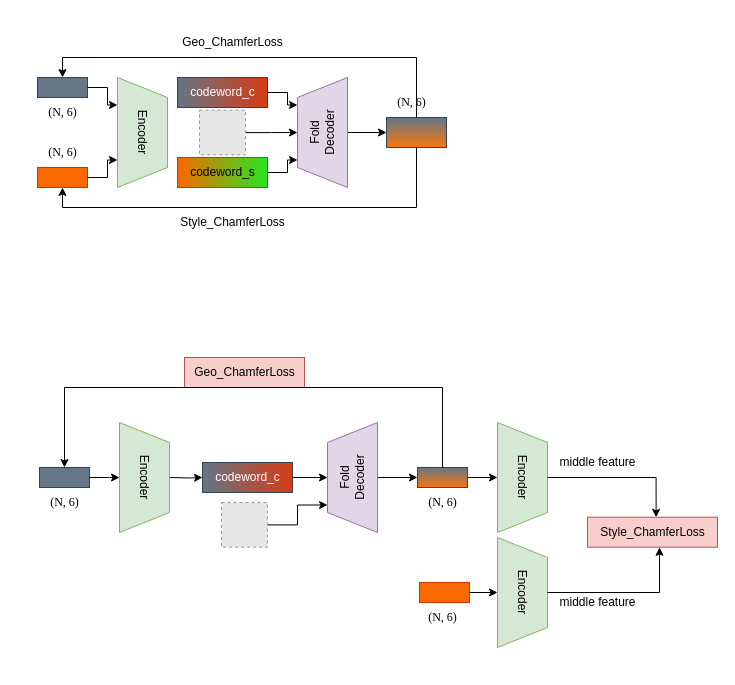
Earlier version of the draw.io diagram 未命名绘图.drawio (susu-attempt/mychart). Source tidied: cells renumbered, new cells numbered last; positions are measured from the earlier drawing's top-left corner, leaving out a move shared by most shapes. Both pictures are drawn from the tidied source at 100%, with x=0, y=0 at pixel (17, 17). Pictures stored in the file or linked from it are replaced by grey dashed boxes.
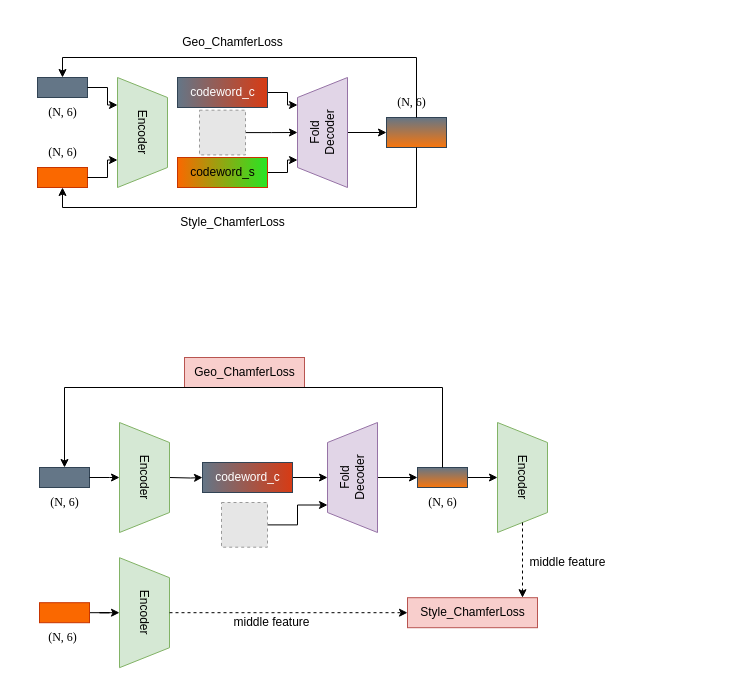
Above is the later version.

Commit message:
更新未命名绘图.drawio

Unchanged cells that the change refers to:
```xml
<mxCell id="39" value="Encoder" style="shape=trapezoid;perimeter=trapezoidPerimeter;whiteSpace=wrap;html=1;fixedSize=1;rotation=90;fillColor=#d5e8d4;strokeColor=#82b366;" parent="35" vertex="1">
  <mxGeometry x="30" y="95" width="110" height="50" as="geometry" />
</mxCell>
```

The edit, as a diff of the source:
```diff
@@
     <mxCell id="42" value="Style_ChamferLoss" style="text;html=1;align=center;verticalAlign=middle;points=[];strokeColor=#b85450;fillColor=#f8cecc;" parent="1" vertex="1">
-      <mxGeometry x="570" y="499.7" width="130" height="30" as="geometry" />
+      <mxGeometry x="390" y="580.2" width="130" height="30" as="geometry" />
     </mxCell>
@@
     <mxCell id="44" style="rounded=0;whiteSpace=wrap;html=1;fillColor=#fa6800;fontColor=#000000;strokeColor=#C73500;" parent="1" vertex="1">
-      <mxGeometry x="402" y="565" width="50" height="20" as="geometry" />
+      <mxGeometry x="22" y="585.2" width="50" height="20" as="geometry" />
     </mxCell>
     <mxCell id="45" value="(N, 6)" style="text;html=1;align=center;verticalAlign=middle;strokeColor=none;fillColor=none;fontFamily=Times New Roman;" parent="1" vertex="1">
-      <mxGeometry x="400" y="585" width="50" height="30" as="geometry" />
+      <mxGeometry x="20" y="605.2" width="50" height="30" as="geometry" />
     </mxCell>
@@
     <mxCell id="47" value="middle feature" style="text;html=1;align=center;verticalAlign=middle;strokeColor=none;fillColor=none;" parent="1" vertex="1">
-      <mxGeometry x="530" y="430" width="100" height="30" as="geometry" />
+      <mxGeometry x="500" y="530" width="100" height="30" as="geometry" />
     </mxCell>
     <mxCell id="48" value="middle feature" style="text;html=1;align=center;verticalAlign=middle;strokeColor=none;fillColor=none;" parent="1" vertex="1">
-      <mxGeometry x="530" y="570" width="100" height="30" as="geometry" />
+      <mxGeometry x="204" y="590.2" width="100" height="30" as="geometry" />
     </mxCell>
@@
     <mxCell id="50" value="Encoder" style="shape=trapezoid;perimeter=trapezoidPerimeter;whiteSpace=wrap;html=1;fixedSize=1;rotation=90;fillColor=#d5e8d4;strokeColor=#82b366;" parent="1" vertex="1">
-      <mxGeometry x="450" y="550" width="110" height="50" as="geometry" />
+      <mxGeometry x="72" y="570.2" width="110" height="50" as="geometry" />
     </mxCell>
+    <mxCell id="52" style="edgeStyle=orthogonalEdgeStyle;rounded=0;jettySize=auto;html=1;dashed=1;" parent="1" edge="1" source="50" target="42">
+      <mxGeometry relative="1" as="geometry" />
+    </mxCell>
-    <mxCell id="51" style="edgeStyle=orthogonalEdgeStyle;rounded=0;jettySize=auto;html=1;entryX=0.528;entryY=0.004;entryDx=0;entryDy=0;entryPerimeter=0;" parent="1" edge="1" source="39" target="42">
-      <mxGeometry relative="1" as="geometry" />
+    <mxCell id="51" style="edgeStyle=orthogonalEdgeStyle;rounded=0;jettySize=auto;html=1;exitX=1;exitY=0.5;exitDx=0;exitDy=0;dashed=1;" parent="1" edge="1" source="39" target="42">
+      <mxGeometry relative="1" as="geometry">
+        <Array as="points">
+          <mxPoint x="505" y="570" />
+          <mxPoint x="505" y="570" />
+        </Array>
+      </mxGeometry>
     </mxCell>
-    <mxCell id="52" style="edgeStyle=orthogonalEdgeStyle;rounded=0;jettySize=auto;html=1;entryX=0.554;entryY=1.004;entryDx=0;entryDy=0;entryPerimeter=0;" parent="1" edge="1" source="50" target="42">
-      <mxGeometry relative="1" as="geometry" />
-    </mxCell>
```
